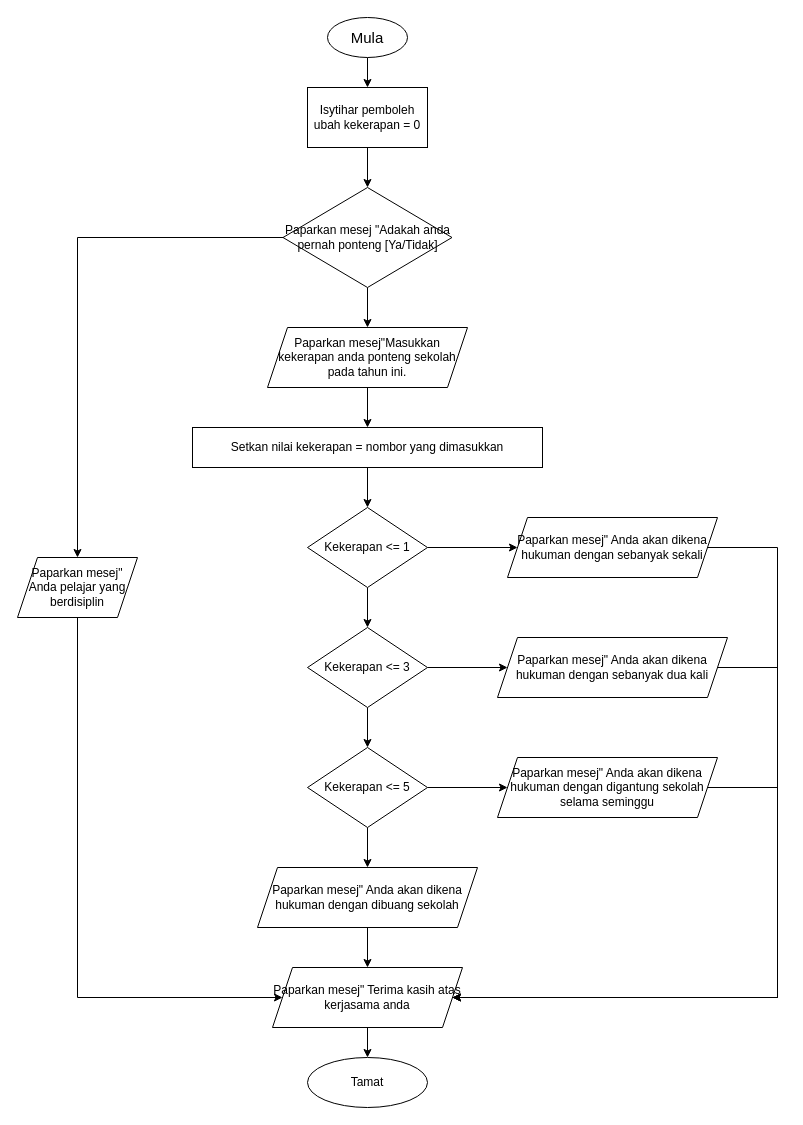
Above: Untitled Diagram.drawio in EzraChai/py (draw.io), before the change. Source tidied: cells renumbered, new cells numbered last; positions are measured from the earlier drawing's top-left corner, leaving out a move shared by most shapes. Both pictures are drawn from the tidied source at 100%, with x=0, y=0 at pixel (17, 17).
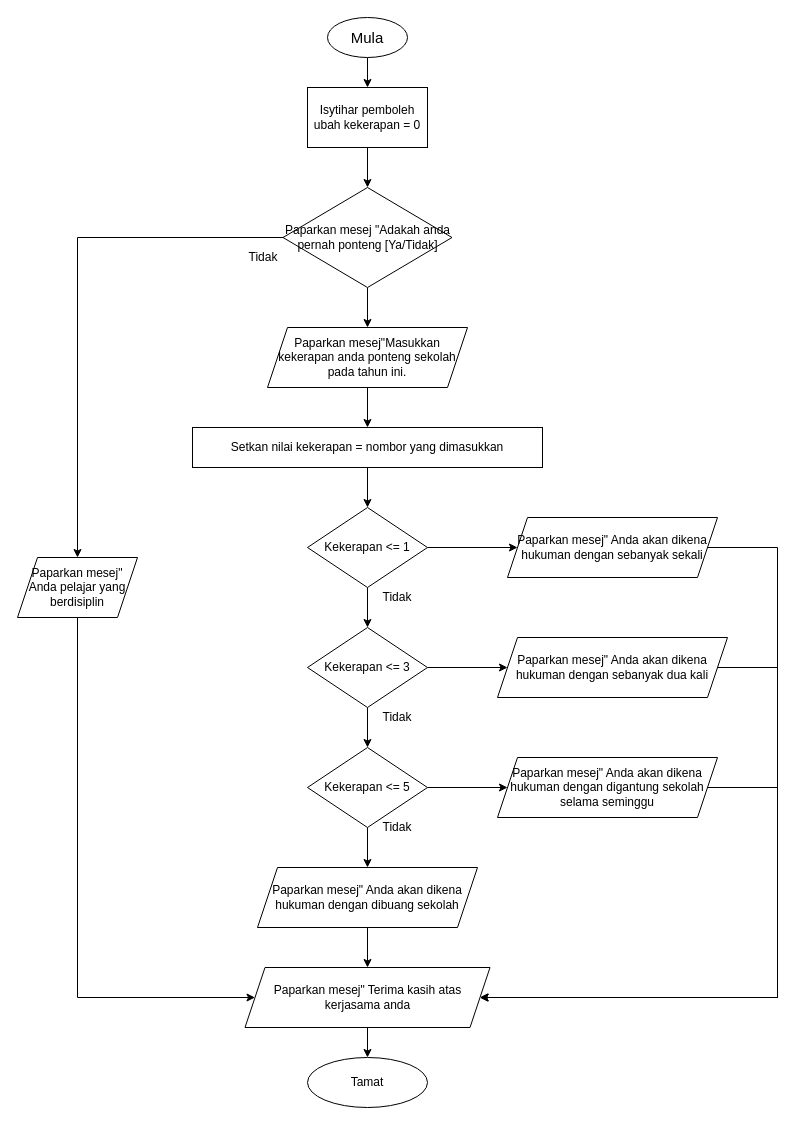
After the change.

Diff of the diagram source:
```diff
@@
     <mxCell id="24" value="Paparkan mesej&quot; Terima kasih atas kerjasama anda" style="shape=parallelogram;perimeter=parallelogramPerimeter;whiteSpace=wrap;html=1;fixedSize=1;" parent="1" vertex="1">
-      <mxGeometry x="255" y="950" width="190" height="60" as="geometry" />
+      <mxGeometry x="227.5" y="950" width="245" height="60" as="geometry" />
     </mxCell>
@@
+    <mxCell id="36" value="Tidak" style="text;html=1;strokeColor=none;fillColor=none;align=center;verticalAlign=middle;whiteSpace=wrap;rounded=0;" parent="1" vertex="1">
+      <mxGeometry x="360" y="570" width="40" height="20" as="geometry" />
+    </mxCell>
+    <mxCell id="37" value="Tidak" style="text;html=1;strokeColor=none;fillColor=none;align=center;verticalAlign=middle;whiteSpace=wrap;rounded=0;" parent="1" vertex="1">
+      <mxGeometry x="360" y="690" width="40" height="20" as="geometry" />
+    </mxCell>
+    <mxCell id="38" value="Tidak" style="text;html=1;strokeColor=none;fillColor=none;align=center;verticalAlign=middle;whiteSpace=wrap;rounded=0;" parent="1" vertex="1">
+      <mxGeometry x="360" y="800" width="40" height="20" as="geometry" />
+    </mxCell>
+    <mxCell id="39" value="Tidak" style="text;html=1;strokeColor=none;fillColor=none;align=center;verticalAlign=middle;whiteSpace=wrap;rounded=0;" parent="1" vertex="1">
+      <mxGeometry x="225.5" y="230" width="40" height="20" as="geometry" />
+    </mxCell>
```
